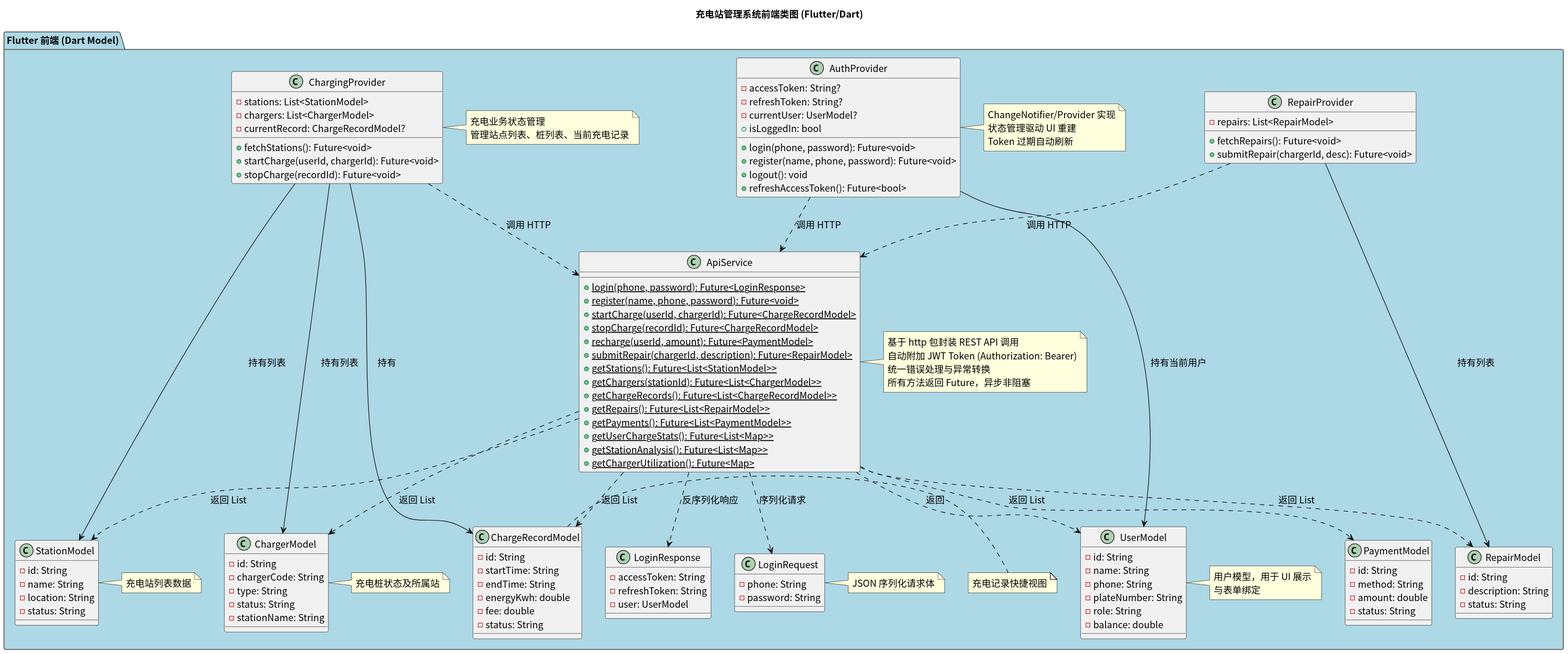
The PlantUML diagram class/img/frontend_class_diagram.svg in greenhandzdl/charging-station-doc, before a commit. Its diagram source:
```plantuml
@startuml
skinparam defaultFontName "Noto Sans CJK SC"
skinparam defaultFontSize 14
title 充电站管理系统前端类图 (Flutter/Dart)
skinparam package {
  BackgroundColor #F0F0F0
  BorderColor #666666
}

package "Flutter 前端 (Dart Model)" as FE #ADD8E6 {

  class "UserModel" as FUser {
    - id: String
    - name: String
    - phone: String
    - plateNumber: String
    - role: String
    - balance: double
  }
  note right of FUser : 用户模型，用于 UI 展示\n与表单绑定

  class "StationModel" as FStation {
    - id: String
    - name: String
    - location: String
    - status: String
  }
  note right of FStation : 充电站列表数据

  class "ChargerModel" as FCharger {
    - id: String
    - chargerCode: String
    - type: String
    - status: String
    - stationName: String
  }
  note right of FCharger : 充电桩状态及所属站

  class "ChargeRecordModel" as FCRecord {
    - id: String
    - startTime: String
    - endTime: String
    - energyKwh: double
    - fee: double
    - status: String
  }
  note right of FCRecord : 充电记录快捷视图

  class "PaymentModel" as FPayment {
    - id: String
    - method: String
    - amount: double
    - status: String
  }

  class "RepairModel" as FRepair {
    - id: String
    - description: String
    - status: String
  }

  class "LoginRequest" as LoginReq {
    - phone: String
    - password: String
  }
  note right of LoginReq : JSON 序列化请求体

  class "LoginResponse" as LoginResp {
    - accessToken: String
    - refreshToken: String
    - user: UserModel
  }

  class "ApiService" as Api {
    + {static} login(phone, password): Future<LoginResponse>
    + {static} register(name, phone, password): Future<void>
    + {static} startCharge(userId, chargerId): Future<ChargeRecordModel>
    + {static} stopCharge(recordId): Future<ChargeRecordModel>
    + {static} recharge(userId, amount): Future<PaymentModel>
    + {static} submitRepair(chargerId, description): Future<RepairModel>
    + {static} getStations(): Future<List<StationModel>>
    + {static} getChargers(stationId): Future<List<ChargerModel>>
    + {static} getChargeRecords(): Future<List<ChargeRecordModel>>
    + {static} getRepairs(): Future<List<RepairModel>>
    + {static} getPayments(): Future<List<PaymentModel>>
    + {static} getUserChargeStats(): Future<List<Map>>
    + {static} getStationAnalysis(): Future<List<Map>>
    + {static} getChargerUtilization(): Future<Map>
  }
  note right of Api : 基于 http 包封装 REST API 调用\n自动附加 JWT Token (Authorization: Bearer)\n统一错误处理与异常转换\n所有方法返回 Future，异步非阻塞

  class "AuthProvider" as Auth {
    - accessToken: String?
    - refreshToken: String?
    - currentUser: UserModel?
    + login(phone, password): Future<void>
    + register(name, phone, password): Future<void>
    + logout(): void
    + refreshAccessToken(): Future<bool>
    + isLoggedIn: bool
  }
  note right of Auth : ChangeNotifier/Provider 实现\n状态管理驱动 UI 重建\nToken 过期自动刷新

  class "ChargingProvider" as CP {
    - stations: List<StationModel>
    - chargers: List<ChargerModel>
    - currentRecord: ChargeRecordModel?
    + fetchStations(): Future<void>
    + startCharge(userId, chargerId): Future<void>
    + stopCharge(recordId): Future<void>
  }
  note right of CP : 充电业务状态管理\n管理站点列表、桩列表、当前充电记录

  class "RepairProvider" as RP {
    - repairs: List<RepairModel>
    + fetchRepairs(): Future<void>
    + submitRepair(chargerId, desc): Future<void>
  }
}

Api ..> LoginReq : 序列化请求
Api ..> LoginResp : 反序列化响应
Api ..> FStation : 返回 List
Api ..> FCharger : 返回 List
Api ..> FUser : 返回
Api ..> FCRecord : 返回 List
Api ..> FPayment : 返回 List
Api ..> FRepair : 返回 List

Auth --> FUser : 持有当前用户
Auth ..> Api : 调用 HTTP
CP ..> Api : 调用 HTTP
CP --> FStation : 持有列表
CP --> FCharger : 持有列表
CP --> FCRecord : 持有
RP ..> Api : 调用 HTTP
RP --> FRepair : 持有列表
@enduml
```
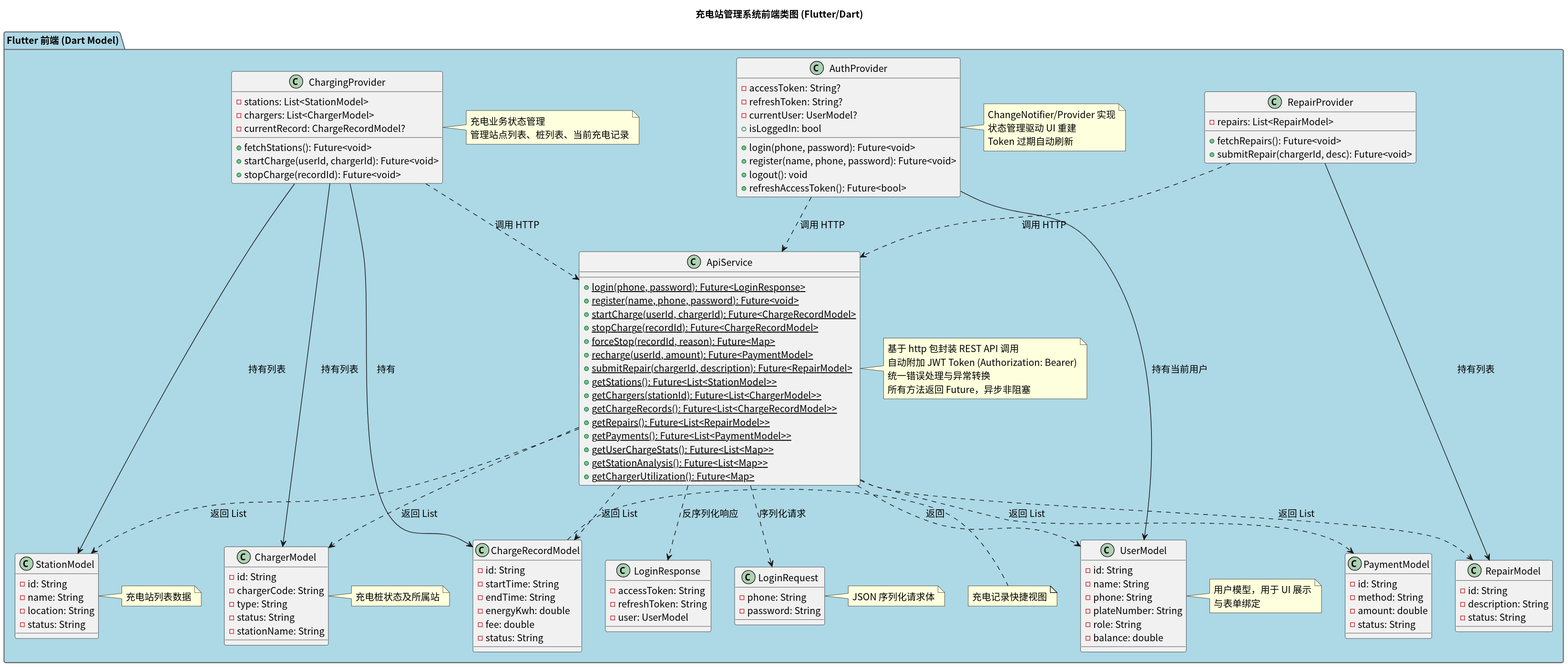
The same diagram one commit later.

What changed in the source:
```diff
@@ -76,6 +76,7 @@
     + {static} register(name, phone, password): Future<void>
     + {static} startCharge(userId, chargerId): Future<ChargeRecordModel>
     + {static} stopCharge(recordId): Future<ChargeRecordModel>
+    + {static} forceStop(recordId, reason): Future<Map>
     + {static} recharge(userId, amount): Future<PaymentModel>
     + {static} submitRepair(chargerId, description): Future<RepairModel>
     + {static} getStations(): Future<List<StationModel>>
```
